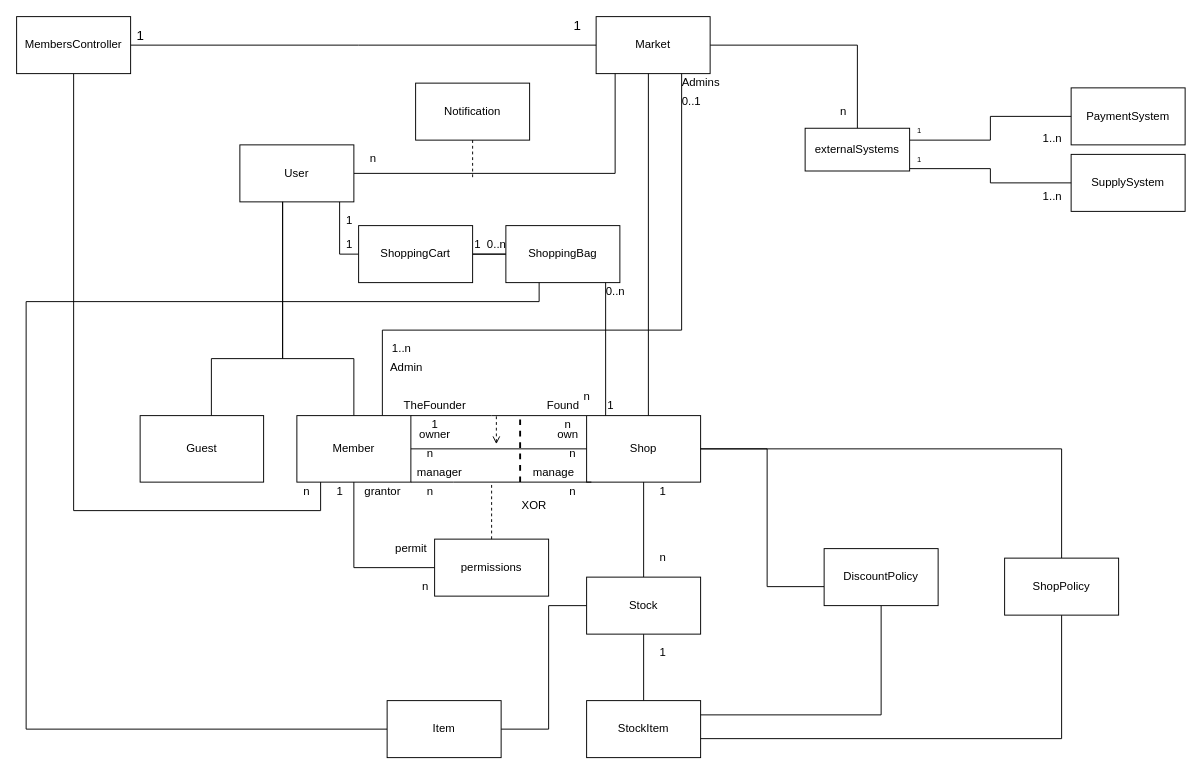
Earlier version of the draw.io diagram Docs/V0.2_WhiteDiagram.drawio (mikecprogram/workshop-special-potato-shuk). Source tidied: cells renumbered, new cells numbered last; positions are measured from the earlier drawing's top-left corner, leaving out a move shared by most shapes. Both pictures are drawn from the tidied source at 95%, with x=0, y=0 at pixel (16, 16).
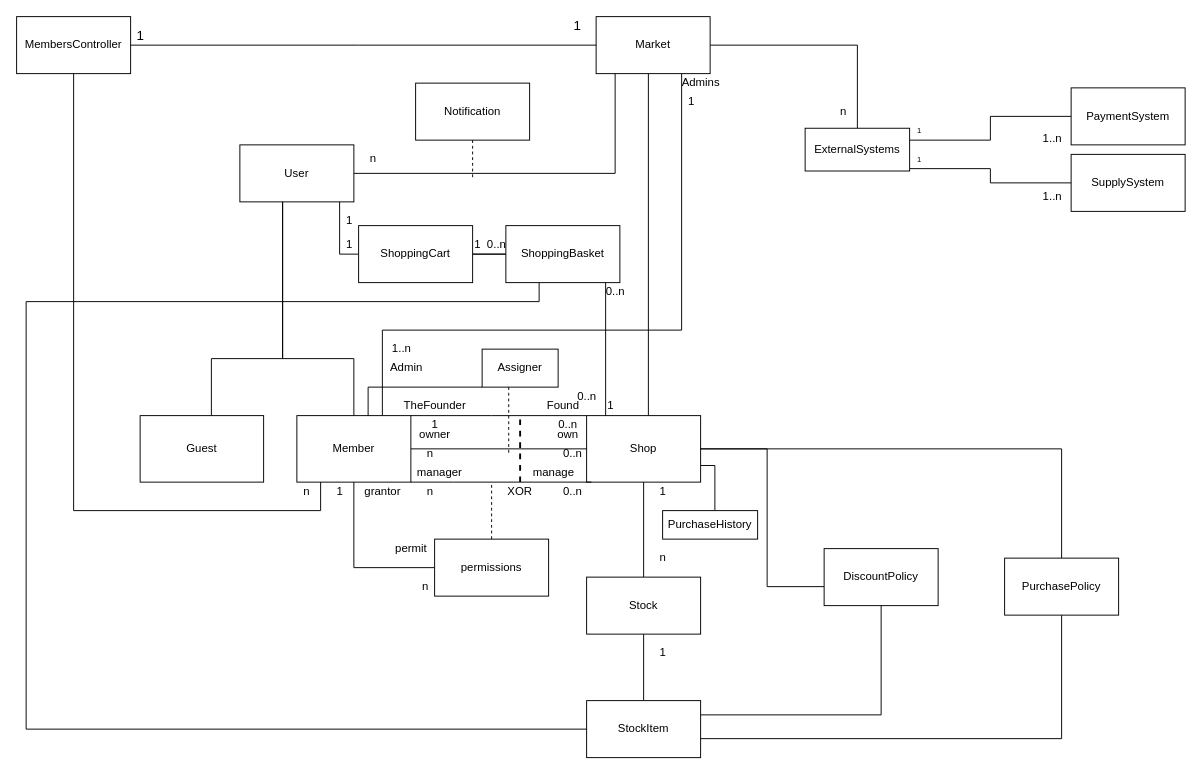
The same page after the edit.

Commit message (it also covers changes not shown here):
Fixed diagrams according to Andalus's comments

The change refers to these unchanged cells:
```xml
<mxCell id="10" value="Member" style="rounded=0;whiteSpace=wrap;html=1;" parent="1" vertex="1">
  <mxGeometry x="295" y="420" width="120" height="70" as="geometry" />
</mxCell>
<mxCell id="13" value="Shop" style="rounded=0;whiteSpace=wrap;html=1;" parent="1" vertex="1">
  <mxGeometry x="600" y="420" width="120" height="70" as="geometry" />
</mxCell>
<mxCell id="15" value="StockItem" style="rounded=0;whiteSpace=wrap;html=1;" parent="1" vertex="1">
  <mxGeometry x="600" y="720" width="120" height="60" as="geometry" />
</mxCell>
<mxCell id="25" value="Stock" style="rounded=0;whiteSpace=wrap;html=1;" parent="1" vertex="1">
  <mxGeometry x="600" y="590" width="120" height="60" as="geometry" />
</mxCell>
<mxCell id="54" value="ShoppingCart" style="rounded=0;whiteSpace=wrap;html=1;" parent="1" vertex="1">
  <mxGeometry x="360" y="220" width="120" height="60" as="geometry" />
</mxCell>
```

Diff of the diagram source:
```diff
@@
+    <mxCell id="89" style="edgeStyle=orthogonalEdgeStyle;rounded=0;jettySize=auto;html=1;exitX=1;exitY=0.75;exitDx=0;exitDy=0;endArrow=none;endFill=0;" parent="1" edge="1" source="13">
+      <mxGeometry relative="1" as="geometry">
+        <mxPoint x="735" y="520" as="targetPoint" />
+        <Array as="points">
+          <mxPoint x="735" y="472" />
+        </Array>
+      </mxGeometry>
+    </mxCell>
@@
-    <mxCell id="24" style="edgeStyle=orthogonalEdgeStyle;rounded=0;jettySize=auto;html=1;fontSize=14;endArrow=none;endFill=0;" parent="1" edge="1" source="25" target="77">
-      <mxGeometry relative="1" as="geometry">
-        <Array as="points">
-          <mxPoint x="560" y="620" />
-          <mxPoint x="560" y="750" />
-        </Array>
-      </mxGeometry>
-    </mxCell>
@@
-    <mxCell id="31" value="externalSystems" style="rounded=0;whiteSpace=wrap;html=1;" parent="1" vertex="1">
+    <mxCell id="31" value="ExternalSystems" style="rounded=0;whiteSpace=wrap;html=1;" parent="1" vertex="1">
       <mxGeometry x="830" y="117.5" width="110" height="45" as="geometry" />
     </mxCell>
-    <mxCell id="32" value="n" style="text;html=1;align=center;verticalAlign=middle;strokeColor=none;fillColor=none;" parent="1" vertex="1">
-      <mxGeometry x="575" y="450" width="20" height="20" as="geometry" />
+    <mxCell id="32" value="0..n" style="text;html=1;align=center;verticalAlign=middle;strokeColor=none;fillColor=none;" parent="1" vertex="1">
+      <mxGeometry x="565" y="450" width="40" height="20" as="geometry" />
     </mxCell>
@@
-    <mxCell id="38" value="n" style="text;html=1;align=center;verticalAlign=middle;strokeColor=none;fillColor=none;" parent="1" vertex="1">
-      <mxGeometry x="575" y="490" width="20" height="20" as="geometry" />
+    <mxCell id="38" value="0..n" style="text;html=1;align=center;verticalAlign=middle;strokeColor=none;fillColor=none;" parent="1" vertex="1">
+      <mxGeometry x="565" y="490" width="40" height="20" as="geometry" />
     </mxCell>
@@
-    <mxCell id="53" style="edgeStyle=orthogonalEdgeStyle;rounded=0;jettySize=auto;html=1;fontSize=14;endArrow=none;endFill=0;" parent="1" edge="1" source="54" target="77">
+    <mxCell id="53" style="edgeStyle=orthogonalEdgeStyle;rounded=0;jettySize=auto;html=1;fontSize=14;endArrow=none;endFill=0;entryX=0;entryY=0.5;entryDx=0;entryDy=0;" parent="1" edge="1" source="54" target="15">
       <mxGeometry relative="1" as="geometry">
         <Array as="points">
           <mxPoint x="550" y="250" />
           <mxPoint x="550" y="300" />
           <mxPoint x="10" y="300" />
           <mxPoint x="10" y="750" />
         </Array>
       </mxGeometry>
     </mxCell>
@@
-    <mxCell id="58" value="n" style="text;html=1;align=center;verticalAlign=middle;strokeColor=none;fillColor=none;" parent="1" vertex="1">
-      <mxGeometry x="590" y="390" width="20" height="20" as="geometry" />
+    <mxCell id="58" value="0..n" style="text;html=1;align=center;verticalAlign=middle;strokeColor=none;fillColor=none;" parent="1" vertex="1">
+      <mxGeometry x="580" y="390" width="40" height="20" as="geometry" />
     </mxCell>
@@
-    <mxCell id="61" value="n" style="text;html=1;align=center;verticalAlign=middle;strokeColor=none;fillColor=none;" parent="1" vertex="1">
-      <mxGeometry x="570" y="420" width="20" height="20" as="geometry" />
+    <mxCell id="61" value="0..n" style="text;html=1;align=center;verticalAlign=middle;strokeColor=none;fillColor=none;" parent="1" vertex="1">
+      <mxGeometry x="560" y="420" width="40" height="20" as="geometry" />
     </mxCell>
@@
-    <mxCell id="63" style="rounded=0;orthogonalLoop=1;jettySize=auto;html=1;endArrow=none;endFill=0;endSize=15;strokeColor=#000000;dashed=1;startArrow=open;startFill=0;" parent="1" edge="1">
-      <mxGeometry relative="1" as="geometry">
-        <mxPoint x="505" y="450" as="sourcePoint" />
-        <mxPoint x="505" y="420" as="targetPoint" />
-      </mxGeometry>
-    </mxCell>
@@
-    <mxCell id="72" value="ShopPolicy" style="rounded=0;whiteSpace=wrap;html=1;" parent="1" vertex="1">
+    <mxCell id="72" value="&lt;span style=&quot;background-color: rgb(255 , 255 , 255)&quot;&gt;PurchasePolicy&lt;/span&gt;" style="rounded=0;whiteSpace=wrap;html=1;" parent="1" vertex="1">
       <mxGeometry x="1040" y="570" width="120" height="60" as="geometry" />
     </mxCell>
@@
-    <mxCell id="77" value="&lt;span&gt;Item&lt;/span&gt;" style="rounded=0;whiteSpace=wrap;html=1;" parent="1" vertex="1">
-      <mxGeometry x="390" y="720" width="120" height="60" as="geometry" />
-    </mxCell>
@@
-    <mxCell id="83" value="0..1" style="text;html=1;align=center;verticalAlign=middle;strokeColor=none;fillColor=none;" parent="1" vertex="1">
-      <mxGeometry x="690" y="80" width="40" height="20" as="geometry" />
+    <mxCell id="83" value="1" style="text;html=1;align=center;verticalAlign=middle;strokeColor=none;fillColor=none;" parent="1" vertex="1">
+      <mxGeometry x="700" y="80" width="20" height="20" as="geometry" />
     </mxCell>
     <mxCell id="84" value="XOR" style="text;html=1;strokeColor=none;fillColor=none;align=center;verticalAlign=middle;whiteSpace=wrap;rounded=0;" parent="1" vertex="1">
-      <mxGeometry x="515" y="500" width="60" height="30" as="geometry" />
+      <mxGeometry x="500" y="485" width="60" height="30" as="geometry" />
     </mxCell>
-    <mxCell id="85" value="ShoppingBag" style="rounded=0;whiteSpace=wrap;html=1;" parent="1" vertex="1">
+    <mxCell id="85" value="ShoppingBasket" style="rounded=0;whiteSpace=wrap;html=1;" parent="1" vertex="1">
       <mxGeometry x="515" y="220" width="120" height="60" as="geometry" />
     </mxCell>
@@
+    <mxCell id="90" style="edgeStyle=orthogonalEdgeStyle;rounded=0;jettySize=auto;html=1;dashed=1;endArrow=none;endFill=0;" parent="1" edge="1" source="92">
+      <mxGeometry relative="1" as="geometry">
+        <mxPoint x="518" y="460" as="targetPoint" />
+        <Array as="points">
+          <mxPoint x="518" y="420" />
+        </Array>
+      </mxGeometry>
+    </mxCell>
+    <mxCell id="91" style="edgeStyle=orthogonalEdgeStyle;rounded=0;jettySize=auto;html=1;endArrow=none;endFill=0;" parent="1" edge="1" source="92" target="10">
+      <mxGeometry relative="1" as="geometry">
+        <Array as="points">
+          <mxPoint x="370" y="390" />
+        </Array>
+      </mxGeometry>
+    </mxCell>
+    <mxCell id="92" value="&lt;div style=&quot;text-align: left&quot;&gt;Assigner&lt;/div&gt;" style="rounded=0;whiteSpace=wrap;html=1;" parent="1" vertex="1">
+      <mxGeometry x="490" y="350" width="80" height="40" as="geometry" />
+    </mxCell>
+    <mxCell id="93" value="PurchaseHistory" style="rounded=0;whiteSpace=wrap;html=1;labelBackgroundColor=#FFFFFF;fillColor=default;" parent="1" vertex="1">
+      <mxGeometry x="680" y="520" width="100" height="30" as="geometry" />
+    </mxCell>
```
